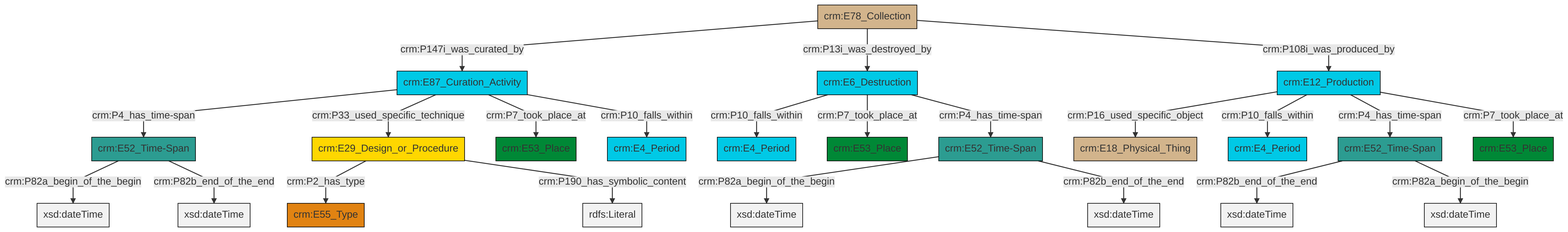
Before: et/archivalCSV/ttl/mmd/png/archival_existence.png, a diagram exported from Mermaid (swiss-art-research-net/docs.swissartresearch). Its source is kept beside it as et/archivalCSV/ttl/mmd/archival_existence.ttl.mmd.
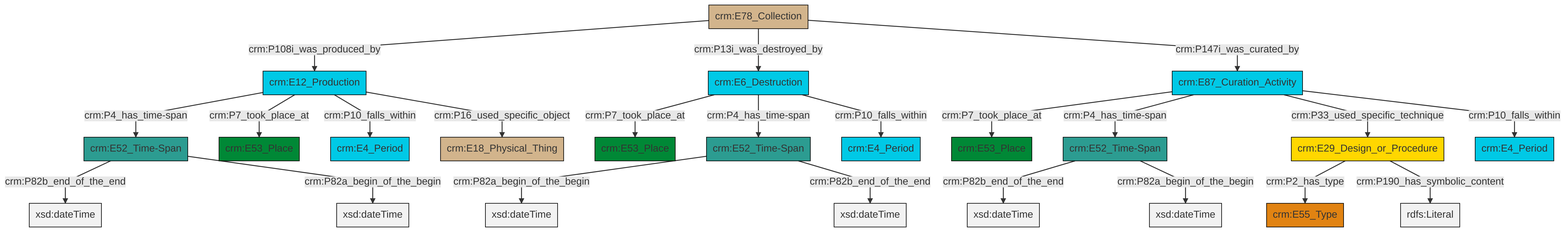
Later version of the same file.

Diff of the diagram source:
```diff
@@ -13,25 +13,25 @@
 classDef PC_Classes fill:#4ce600, stroke:#000000;
 classDef Multi fill:#cccccc,stroke:#000000;
 
-0["crm:E52_Time-Span"]:::Time-Span -->|crm:P82a_begin_of_the_begin| 1[xsd:dateTime]:::Literal
-2["crm:E6_Destruction"]:::Temporal_Entity -->|crm:P10_falls_within| 3["crm:E4_Period"]:::Temporal_Entity
-0["crm:E52_Time-Span"]:::Time-Span -->|crm:P82b_end_of_the_end| 4[xsd:dateTime]:::Literal
-5["crm:E12_Production"]:::Temporal_Entity -->|crm:P16_used_specific_object| 6["crm:E18_Physical_Thing"]:::Physical_Thing
-11["crm:E52_Time-Span"]:::Time-Span -->|crm:P82b_end_of_the_end| 12[xsd:dateTime]:::Literal
-2["crm:E6_Destruction"]:::Temporal_Entity -->|crm:P7_took_place_at| 13["crm:E53_Place"]:::Place
-14["crm:E29_Design_or_Procedure"]:::Conceptual_Object -->|crm:P2_has_type| 15["crm:E55_Type"]:::Type
-17["crm:E87_Curation_Activity"]:::Temporal_Entity -->|crm:P4_has_time-span| 0["crm:E52_Time-Span"]:::Time-Span
-5["crm:E12_Production"]:::Temporal_Entity -->|crm:P10_falls_within| 21["crm:E4_Period"]:::Temporal_Entity
-17["crm:E87_Curation_Activity"]:::Temporal_Entity -->|crm:P33_used_specific_technique| 14["crm:E29_Design_or_Procedure"]:::Conceptual_Object
-17["crm:E87_Curation_Activity"]:::Temporal_Entity -->|crm:P7_took_place_at| 24["crm:E53_Place"]:::Place
-2["crm:E6_Destruction"]:::Temporal_Entity -->|crm:P4_has_time-span| 9["crm:E52_Time-Span"]:::Time-Span
-5["crm:E12_Production"]:::Temporal_Entity -->|crm:P4_has_time-span| 11["crm:E52_Time-Span"]:::Time-Span
-28["crm:E78_Collection"]:::Physical_Thing -->|crm:P147i_was_curated_by| 17["crm:E87_Curation_Activity"]:::Temporal_Entity
-28["crm:E78_Collection"]:::Physical_Thing -->|crm:P13i_was_destroyed_by| 2["crm:E6_Destruction"]:::Temporal_Entity
-17["crm:E87_Curation_Activity"]:::Temporal_Entity -->|crm:P10_falls_within| 7["crm:E4_Period"]:::Temporal_Entity
-9["crm:E52_Time-Span"]:::Time-Span -->|crm:P82a_begin_of_the_begin| 30[xsd:dateTime]:::Literal
-28["crm:E78_Collection"]:::Physical_Thing -->|crm:P108i_was_produced_by| 5["crm:E12_Production"]:::Temporal_Entity
-5["crm:E12_Production"]:::Temporal_Entity -->|crm:P7_took_place_at| 31["crm:E53_Place"]:::Place
-9["crm:E52_Time-Span"]:::Time-Span -->|crm:P82b_end_of_the_end| 34[xsd:dateTime]:::Literal
-11["crm:E52_Time-Span"]:::Time-Span -->|crm:P82a_begin_of_the_begin| 37[xsd:dateTime]:::Literal
-14["crm:E29_Design_or_Procedure"]:::Conceptual_Object -->|crm:P190_has_symbolic_content| 38[rdfs:Literal]:::Literal
+0["crm:E12_Production"]:::Temporal_Entity -->|crm:P4_has_time-span| 1["crm:E52_Time-Span"]:::Time-Span
+2["crm:E78_Collection"]:::Physical_Thing -->|crm:P108i_was_produced_by| 0["crm:E12_Production"]:::Temporal_Entity
+0["crm:E12_Production"]:::Temporal_Entity -->|crm:P7_took_place_at| 3["crm:E53_Place"]:::Place
+5["crm:E52_Time-Span"]:::Time-Span -->|crm:P82a_begin_of_the_begin| 7[xsd:dateTime]:::Literal
+1["crm:E52_Time-Span"]:::Time-Span -->|crm:P82b_end_of_the_end| 16[xsd:dateTime]:::Literal
+19["crm:E87_Curation_Activity"]:::Temporal_Entity -->|crm:P7_took_place_at| 20["crm:E53_Place"]:::Place
+21["crm:E6_Destruction"]:::Temporal_Entity -->|crm:P7_took_place_at| 14["crm:E53_Place"]:::Place
+2["crm:E78_Collection"]:::Physical_Thing -->|crm:P13i_was_destroyed_by| 21["crm:E6_Destruction"]:::Temporal_Entity
+0["crm:E12_Production"]:::Temporal_Entity -->|crm:P10_falls_within| 22["crm:E4_Period"]:::Temporal_Entity
+23["crm:E52_Time-Span"]:::Time-Span -->|crm:P82b_end_of_the_end| 24[xsd:dateTime]:::Literal
+23["crm:E52_Time-Span"]:::Time-Span -->|crm:P82a_begin_of_the_begin| 25[xsd:dateTime]:::Literal
+19["crm:E87_Curation_Activity"]:::Temporal_Entity -->|crm:P4_has_time-span| 23["crm:E52_Time-Span"]:::Time-Span
+2["crm:E78_Collection"]:::Physical_Thing -->|crm:P147i_was_curated_by| 19["crm:E87_Curation_Activity"]:::Temporal_Entity
+1["crm:E52_Time-Span"]:::Time-Span -->|crm:P82a_begin_of_the_begin| 27[xsd:dateTime]:::Literal
+0["crm:E12_Production"]:::Temporal_Entity -->|crm:P16_used_specific_object| 10["crm:E18_Physical_Thing"]:::Physical_Thing
+21["crm:E6_Destruction"]:::Temporal_Entity -->|crm:P4_has_time-span| 5["crm:E52_Time-Span"]:::Time-Span
+21["crm:E6_Destruction"]:::Temporal_Entity -->|crm:P10_falls_within| 29["crm:E4_Period"]:::Temporal_Entity
+5["crm:E52_Time-Span"]:::Time-Span -->|crm:P82b_end_of_the_end| 36[xsd:dateTime]:::Literal
+19["crm:E87_Curation_Activity"]:::Temporal_Entity -->|crm:P33_used_specific_technique| 12["crm:E29_Design_or_Procedure"]:::Conceptual_Object
+12["crm:E29_Design_or_Procedure"]:::Conceptual_Object -->|crm:P2_has_type| 17["crm:E55_Type"]:::Type
+12["crm:E29_Design_or_Procedure"]:::Conceptual_Object -->|crm:P190_has_symbolic_content| 37[rdfs:Literal]:::Literal
+19["crm:E87_Curation_Activity"]:::Temporal_Entity -->|crm:P10_falls_within| 8["crm:E4_Period"]:::Temporal_Entity
```
